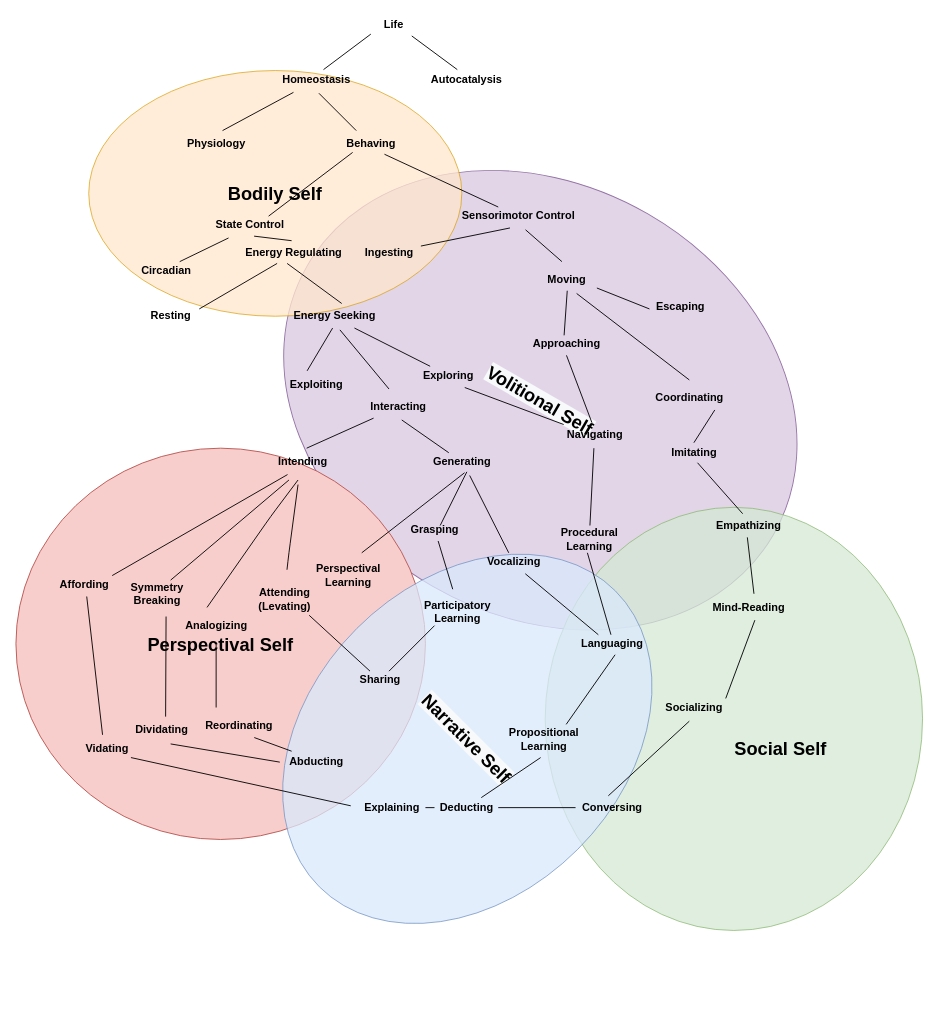
The draw.io diagram self_evolution.drawio in codeaudit/1, before the edit. Source tidied: cells renumbered, new cells numbered last; positions are measured from the earlier drawing's top-left corner, leaving out a move shared by most shapes. Both pictures are drawn from the tidied source at 91%, with x=0, y=0 at pixel (15, 15).
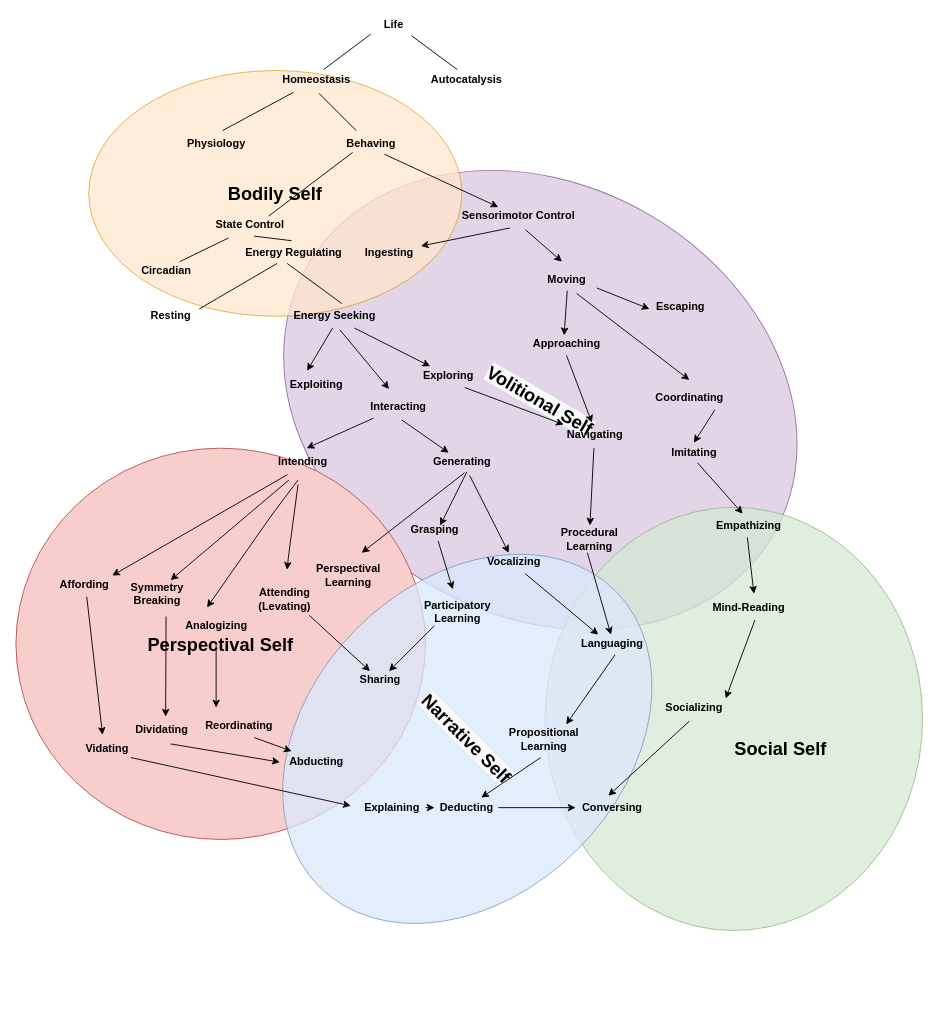
The same page after the edit.

The change refers to these unchanged cells:
```xml
<mxCell id="11" value="Behaving" style="text;html=1;align=center;verticalAlign=middle;points=[];fontStyle=1;" parent="1" vertex="1">
<mxCell id="13" value="Sensorimotor Control" style="text;html=1;align=center;verticalAlign=middle;points=[];fontStyle=1;" parent="1" vertex="1">
<mxCell id="15" value="Exploring" style="text;html=1;align=center;verticalAlign=middle;points=[];fontStyle=1;" parent="1" vertex="1">
<mxCell id="16" value="Interacting" style="text;html=1;align=center;verticalAlign=middle;points=[];fontStyle=1;" parent="1" vertex="1">
<mxCell id="20" value="Energy Seeking" style="text;html=1;align=center;verticalAlign=middle;points=[];fontStyle=1;" parent="1" vertex="1">
<mxCell id="21" value="Ingesting" style="text;html=1;align=center;verticalAlign=middle;points=[];fontStyle=1;" parent="1" vertex="1">
<mxCell id="22" value="Moving" style="text;html=1;align=center;verticalAlign=middle;points=[];fontStyle=1;" parent="1" vertex="1">
<mxCell id="23" value="Escaping" style="text;html=1;align=center;verticalAlign=middle;points=[];fontStyle=1;" parent="1" vertex="1">
<mxCell id="24" value="Approaching" style="text;html=1;align=center;verticalAlign=middle;points=[];fontStyle=1;" parent="1" vertex="1">
<mxCell id="25" value="Intending" style="text;html=1;align=center;verticalAlign=middle;points=[];fontStyle=1;" parent="1" vertex="1">
<mxCell id="26" value="Generating" style="text;html=1;align=center;verticalAlign=middle;points=[];fontStyle=1;" parent="1" vertex="1">
<mxCell id="28" value="&lt;br&gt;Attending&lt;br&gt;(Levating)" style="text;html=1;align=center;verticalAlign=middle;points=[];fontStyle=1;" parent="1" vertex="1">
<mxCell id="29" value="Affording" style="text;html=1;align=center;verticalAlign=middle;points=[];fontStyle=1;" parent="1" vertex="1">
<mxCell id="32" value="Procedural&lt;br&gt;Learning" style="text;html=1;align=center;verticalAlign=middle;points=[];fontStyle=1;" parent="1" vertex="1">
<mxCell id="33" value="Propositional&lt;br&gt;Learning" style="text;html=1;align=center;verticalAlign=middle;points=[];fontStyle=1;" parent="1" vertex="1">
<mxCell id="36" value="Sharing" style="text;html=1;align=center;verticalAlign=middle;points=[];fontStyle=1;" parent="1" vertex="1">
<mxCell id="37" value="Coordinating" style="text;html=1;align=center;verticalAlign=middle;points=[];fontStyle=1;" parent="1" vertex="1">
<mxCell id="39" value="Imitating" style="text;html=1;align=center;verticalAlign=middle;points=[];fontStyle=1;" parent="1" vertex="1">
<mxCell id="40" value="Languaging" style="text;html=1;align=center;verticalAlign=middle;points=[];fontStyle=1;" parent="1" vertex="1">
<mxCell id="41" value="Mind-Reading" style="text;html=1;align=center;verticalAlign=middle;points=[];fontStyle=1;" parent="1" vertex="1">
<mxCell id="42" value="Navigating" style="text;html=1;align=center;verticalAlign=middle;points=[];fontStyle=1;" parent="1" vertex="1">
<mxCell id="43" value="Grasping" style="text;html=1;align=center;verticalAlign=middle;points=[];fontStyle=1;" parent="1" vertex="1">
<mxCell id="44" value="&lt;b&gt;Vocalizing&lt;/b&gt;" style="text;html=1;align=center;verticalAlign=middle;points=[];" parent="1" vertex="1">
<mxCell id="45" value="&lt;b&gt;Empathizing&lt;/b&gt;" style="text;html=1;align=center;verticalAlign=middle;points=[];" parent="1" vertex="1">
<mxCell id="78" value="Conversing" style="text;html=1;align=center;verticalAlign=middle;points=[];fontStyle=1;" parent="1" vertex="1">
<mxCell id="88" value="Reordinating" style="text;html=1;align=center;verticalAlign=middle;points=[];fontStyle=1;" parent="1" vertex="1">
<mxCell id="91" value="Vidating" style="text;html=1;align=center;verticalAlign=middle;points=[];fontStyle=1;" parent="1" vertex="1">
<mxCell id="93" value="Abducting" style="text;html=1;align=center;verticalAlign=middle;points=[];fontStyle=1;" parent="1" vertex="1">
<mxCell id="94" value="Explaining" style="text;html=1;align=center;verticalAlign=middle;points=[];fontStyle=1;" parent="1" vertex="1">
<mxCell id="100" value="&lt;b&gt;Deducting&lt;br&gt;&lt;/b&gt;" style="text;html=1;align=center;verticalAlign=middle;points=[];" parent="1" vertex="1">
```

The edit, as a diff of the source:
```diff
@@
-    <mxCell id="27" style="rounded=0;jettySize=auto;html=1;endArrow=none;endFill=0;" parent="1" edge="1" source="28" target="36">
+    <mxCell id="27" style="rounded=0;jettySize=auto;html=1;endArrow=classic;endFill=1;" parent="1" edge="1" source="28" target="36">
       <mxGeometry relative="1" as="geometry" />
     </mxCell>
@@
-    <mxCell id="52" style="endArrow=none;html=1;exitX=0.714;exitY=1.1;exitDx=0;exitDy=0;exitPerimeter=0;" parent="1" edge="1" source="11">
+    <mxCell id="52" style="endArrow=classic;html=1;exitX=0.714;exitY=1.1;exitDx=0;exitDy=0;exitPerimeter=0;startArrow=none;startFill=0;endFill=1;" parent="1" edge="1" source="11">
       <mxGeometry relative="1" as="geometry">
         <mxPoint x="530" y="210" as="targetPoint" />
       </mxGeometry>
     </mxCell>
@@
-    <mxCell id="57" style="endArrow=none;html=1;entryX=0.438;entryY=1.15;entryDx=0;entryDy=0;entryPerimeter=0;" parent="1" edge="1" source="21" target="13">
+    <mxCell id="57" style="endArrow=none;html=1;entryX=0.438;entryY=1.15;entryDx=0;entryDy=0;entryPerimeter=0;startArrow=classic;startFill=1;" parent="1" edge="1" source="21" target="13">
       <mxGeometry relative="1" as="geometry" />
     </mxCell>
-    <mxCell id="58" style="endArrow=none;html=1;entryX=0.56;entryY=1.25;entryDx=0;entryDy=0;entryPerimeter=0;" parent="1" edge="1" target="13">
+    <mxCell id="58" style="endArrow=none;html=1;entryX=0.56;entryY=1.25;entryDx=0;entryDy=0;entryPerimeter=0;startArrow=classic;startFill=1;" parent="1" edge="1" target="13">
       <mxGeometry relative="1" as="geometry">
         <mxPoint x="600" y="270" as="sourcePoint" />
       </mxGeometry>
     </mxCell>
-    <mxCell id="59" style="endArrow=none;html=1;entryX=0.514;entryY=1.1;entryDx=0;entryDy=0;entryPerimeter=0;exitX=0.471;exitY=0.05;exitDx=0;exitDy=0;exitPerimeter=0;" parent="1" edge="1" source="24" target="22">
+    <mxCell id="59" style="endArrow=none;html=1;entryX=0.514;entryY=1.1;entryDx=0;entryDy=0;entryPerimeter=0;exitX=0.471;exitY=0.05;exitDx=0;exitDy=0;exitPerimeter=0;startArrow=classic;startFill=1;" parent="1" edge="1" source="24" target="22">
       <mxGeometry relative="1" as="geometry" />
     </mxCell>
-    <mxCell id="60" style="endArrow=none;html=1;entryX=0.686;entryY=1.25;entryDx=0;entryDy=0;entryPerimeter=0;" parent="1" edge="1" target="22">
+    <mxCell id="60" style="endArrow=none;html=1;entryX=0.686;entryY=1.25;entryDx=0;entryDy=0;entryPerimeter=0;endFill=0;startArrow=classic;startFill=1;" parent="1" edge="1" target="22">
       <mxGeometry relative="1" as="geometry">
         <mxPoint x="740" y="400" as="sourcePoint" />
       </mxGeometry>
     </mxCell>
-    <mxCell id="61" style="endArrow=none;html=1;exitX=1.057;exitY=0.95;exitDx=0;exitDy=0;exitPerimeter=0;entryX=0.017;entryY=0.6;entryDx=0;entryDy=0;entryPerimeter=0;" parent="1" edge="1" source="22" target="23">
+    <mxCell id="61" style="endArrow=classic;html=1;exitX=1.057;exitY=0.95;exitDx=0;exitDy=0;exitPerimeter=0;entryX=0.017;entryY=0.6;entryDx=0;entryDy=0;entryPerimeter=0;startArrow=none;startFill=0;endFill=1;" parent="1" edge="1" source="22" target="23">
       <mxGeometry relative="1" as="geometry" />
     </mxCell>
-    <mxCell id="62" style="endArrow=none;html=1;exitX=0.811;exitY=1.15;exitDx=0;exitDy=0;exitPerimeter=0;entryX=0.5;entryY=-0.05;entryDx=0;entryDy=0;entryPerimeter=0;" parent="1" edge="1" source="37" target="39">
+    <mxCell id="62" style="endArrow=classic;html=1;exitX=0.811;exitY=1.15;exitDx=0;exitDy=0;exitPerimeter=0;entryX=0.5;entryY=-0.05;entryDx=0;entryDy=0;entryPerimeter=0;startArrow=none;startFill=0;endFill=1;" parent="1" edge="1" source="37" target="39">
       <mxGeometry relative="1" as="geometry" />
     </mxCell>
-    <mxCell id="63" style="endArrow=none;html=1;exitX=0.429;exitY=-0.15;exitDx=0;exitDy=0;exitPerimeter=0;entryX=0.557;entryY=1.05;entryDx=0;entryDy=0;entryPerimeter=0;" parent="1" edge="1" source="45" target="39">
+    <mxCell id="63" style="endArrow=none;html=1;exitX=0.429;exitY=-0.15;exitDx=0;exitDy=0;exitPerimeter=0;entryX=0.557;entryY=1.05;entryDx=0;entryDy=0;entryPerimeter=0;startArrow=classic;startFill=1;" parent="1" edge="1" source="45" target="39">
       <mxGeometry relative="1" as="geometry" />
     </mxCell>
-    <mxCell id="64" style="endArrow=none;html=1;entryX=0.482;entryY=1.15;entryDx=0;entryDy=0;entryPerimeter=0;" parent="1" edge="1" target="20">
+    <mxCell id="64" style="endArrow=none;html=1;entryX=0.482;entryY=1.15;entryDx=0;entryDy=0;entryPerimeter=0;startArrow=classic;startFill=1;" parent="1" edge="1" target="20">
       <mxGeometry relative="1" as="geometry">
         <mxPoint x="320" y="390" as="sourcePoint" />
       </mxGeometry>
     </mxCell>
-    <mxCell id="65" style="endArrow=none;html=1;exitX=0.555;exitY=1.25;exitDx=0;exitDy=0;exitPerimeter=0;" parent="1" edge="1" source="20">
+    <mxCell id="65" style="endArrow=classic;html=1;exitX=0.555;exitY=1.25;exitDx=0;exitDy=0;exitPerimeter=0;startArrow=none;startFill=0;endFill=1;" parent="1" edge="1" source="20">
       <mxGeometry relative="1" as="geometry">
         <mxPoint x="410" y="410" as="targetPoint" />
       </mxGeometry>
     </mxCell>
-    <mxCell id="66" style="endArrow=none;html=1;exitX=0.7;exitY=1.15;exitDx=0;exitDy=0;exitPerimeter=0;" parent="1" edge="1" source="20" target="15">
+    <mxCell id="66" style="endArrow=classic;html=1;exitX=0.7;exitY=1.15;exitDx=0;exitDy=0;exitPerimeter=0;startArrow=none;startFill=0;endFill=1;" parent="1" edge="1" source="20" target="15">
       <mxGeometry relative="1" as="geometry" />
     </mxCell>
-    <mxCell id="67" style="endArrow=none;html=1;entryX=0.163;entryY=1.1;entryDx=0;entryDy=0;entryPerimeter=0;exitX=0.564;exitY=-0.25;exitDx=0;exitDy=0;exitPerimeter=0;" parent="1" edge="1" source="25" target="16">
+    <mxCell id="67" style="endArrow=none;html=1;entryX=0.163;entryY=1.1;entryDx=0;entryDy=0;entryPerimeter=0;exitX=0.564;exitY=-0.25;exitDx=0;exitDy=0;exitPerimeter=0;startArrow=classic;startFill=1;" parent="1" edge="1" source="25" target="16">
       <mxGeometry relative="1" as="geometry" />
     </mxCell>
-    <mxCell id="68" style="endArrow=none;html=1;entryX=0.55;entryY=1.2;entryDx=0;entryDy=0;entryPerimeter=0;" parent="1" edge="1" source="26" target="16">
+    <mxCell id="68" style="endArrow=none;html=1;entryX=0.55;entryY=1.2;entryDx=0;entryDy=0;entryPerimeter=0;startArrow=classic;startFill=1;" parent="1" edge="1" source="26" target="16">
       <mxGeometry relative="1" as="geometry" />
     </mxCell>
-    <mxCell id="69" style="endArrow=none;html=1;entryX=0.569;entryY=1.05;entryDx=0;entryDy=0;entryPerimeter=0;" parent="1" edge="1" target="26">
+    <mxCell id="69" style="endArrow=none;html=1;entryX=0.569;entryY=1.05;entryDx=0;entryDy=0;entryPerimeter=0;startArrow=classic;startFill=1;" parent="1" edge="1" target="26">
       <mxGeometry relative="1" as="geometry">
         <mxPoint x="466.2" y="560" as="sourcePoint" />
       </mxGeometry>
     </mxCell>
-    <mxCell id="70" style="endArrow=none;html=1;entryX=0.608;entryY=1.25;entryDx=0;entryDy=0;entryPerimeter=0;" parent="1" edge="1" source="44" target="26">
+    <mxCell id="70" style="endArrow=none;html=1;entryX=0.608;entryY=1.25;entryDx=0;entryDy=0;entryPerimeter=0;startArrow=classic;startFill=1;" parent="1" edge="1" source="44" target="26">
       <mxGeometry relative="1" as="geometry" />
     </mxCell>
-    <mxCell id="71" style="endArrow=none;html=1;entryX=0.5;entryY=1.15;entryDx=0;entryDy=0;entryPerimeter=0;exitX=0.461;exitY=-0.15;exitDx=0;exitDy=0;exitPerimeter=0;" parent="1" edge="1" source="42" target="24">
+    <mxCell id="71" style="endArrow=none;html=1;entryX=0.5;entryY=1.15;entryDx=0;entryDy=0;entryPerimeter=0;exitX=0.461;exitY=-0.15;exitDx=0;exitDy=0;exitPerimeter=0;endFill=0;startArrow=classic;startFill=1;" parent="1" edge="1" source="42" target="24">
       <mxGeometry relative="1" as="geometry" />
     </mxCell>
-    <mxCell id="72" style="endArrow=none;html=1;entryX=0.488;entryY=1.25;entryDx=0;entryDy=0;entryPerimeter=0;" parent="1" edge="1" source="32" target="42">
+    <mxCell id="72" style="endArrow=none;html=1;entryX=0.488;entryY=1.25;entryDx=0;entryDy=0;entryPerimeter=0;startArrow=classic;startFill=1;" parent="1" edge="1" source="32" target="42">
       <mxGeometry relative="1" as="geometry" />
     </mxCell>
-    <mxCell id="73" style="endArrow=none;html=1;entryX=0.688;entryY=1.15;entryDx=0;entryDy=0;entryPerimeter=0;" parent="1" edge="1" target="44">
+    <mxCell id="73" style="endArrow=none;html=1;entryX=0.688;entryY=1.15;entryDx=0;entryDy=0;entryPerimeter=0;startArrow=classic;startFill=1;" parent="1" edge="1" target="44">
       <mxGeometry relative="1" as="geometry">
         <mxPoint x="640" y="680" as="sourcePoint" />
         <Array as="points">
           <mxPoint x="640" y="680" />
         </Array>
       </mxGeometry>
     </mxCell>
-    <mxCell id="74" style="endArrow=none;html=1;exitX=0.486;exitY=0;exitDx=0;exitDy=0;exitPerimeter=0;" parent="1" edge="1" source="40">
+    <mxCell id="74" style="endArrow=none;html=1;exitX=0.486;exitY=0;exitDx=0;exitDy=0;exitPerimeter=0;startArrow=classic;startFill=1;" parent="1" edge="1" source="40">
       <mxGeometry relative="1" as="geometry">
         <mxPoint x="628" y="590" as="targetPoint" />
       </mxGeometry>
     </mxCell>
-    <mxCell id="75" style="endArrow=none;html=1;entryX=0.557;entryY=1.1;entryDx=0;entryDy=0;entryPerimeter=0;" parent="1" edge="1" target="43">
+    <mxCell id="75" style="endArrow=none;html=1;entryX=0.557;entryY=1.1;entryDx=0;entryDy=0;entryPerimeter=0;startArrow=classic;startFill=1;" parent="1" edge="1" target="43">
       <mxGeometry relative="1" as="geometry">
         <mxPoint x="480" y="630" as="sourcePoint" />
       </mxGeometry>
     </mxCell>
-    <mxCell id="76" style="endArrow=none;html=1;entryX=0.538;entryY=1.1;entryDx=0;entryDy=0;entryPerimeter=0;" parent="1" edge="1" target="26">
+    <mxCell id="76" style="endArrow=none;html=1;entryX=0.538;entryY=1.1;entryDx=0;entryDy=0;entryPerimeter=0;startArrow=classic;startFill=1;" parent="1" edge="1" target="26">
       <mxGeometry relative="1" as="geometry">
         <mxPoint x="380" y="590" as="sourcePoint" />
       </mxGeometry>
     </mxCell>
-    <mxCell id="77" style="endArrow=none;html=1;entryX=0.543;entryY=1.1;entryDx=0;entryDy=0;entryPerimeter=0;exitX=0.771;exitY=-0.05;exitDx=0;exitDy=0;exitPerimeter=0;" parent="1" edge="1" source="33" target="40">
+    <mxCell id="77" style="endArrow=none;html=1;entryX=0.543;entryY=1.1;entryDx=0;entryDy=0;entryPerimeter=0;exitX=0.771;exitY=-0.05;exitDx=0;exitDy=0;exitPerimeter=0;endFill=0;startArrow=classic;startFill=1;" parent="1" edge="1" source="33" target="40">
       <mxGeometry relative="1" as="geometry" />
     </mxCell>
@@
-    <mxCell id="79" style="endArrow=none;html=1;entryX=0.486;entryY=1.15;entryDx=0;entryDy=0;entryPerimeter=0;exitX=0.567;exitY=-0.25;exitDx=0;exitDy=0;exitPerimeter=0;" parent="1" edge="1" source="41" target="45">
+    <mxCell id="79" style="endArrow=none;html=1;entryX=0.486;entryY=1.15;entryDx=0;entryDy=0;entryPerimeter=0;exitX=0.567;exitY=-0.25;exitDx=0;exitDy=0;exitPerimeter=0;endFill=0;startArrow=classic;startFill=1;" parent="1" edge="1" source="41" target="45">
       <mxGeometry relative="1" as="geometry" />
     </mxCell>
-    <mxCell id="80" style="endArrow=none;html=1;entryX=0.578;entryY=1.2;entryDx=0;entryDy=0;entryPerimeter=0;" parent="1" edge="1" target="41">
+    <mxCell id="80" style="endArrow=none;html=1;entryX=0.578;entryY=1.2;entryDx=0;entryDy=0;entryPerimeter=0;endFill=0;startArrow=classic;startFill=1;" parent="1" edge="1" target="41">
       <mxGeometry relative="1" as="geometry">
         <mxPoint x="780" y="750" as="sourcePoint" />
       </mxGeometry>
     </mxCell>
-    <mxCell id="81" style="endArrow=none;html=1;exitX=0.45;exitY=-0.15;exitDx=0;exitDy=0;exitPerimeter=0;" parent="1" edge="1" source="78">
+    <mxCell id="81" style="endArrow=none;html=1;exitX=0.45;exitY=-0.15;exitDx=0;exitDy=0;exitPerimeter=0;endFill=0;startArrow=classic;startFill=1;" parent="1" edge="1" source="78">
       <mxGeometry relative="1" as="geometry">
         <mxPoint x="740" y="775" as="targetPoint" />
       </mxGeometry>
     </mxCell>
-    <mxCell id="82" style="endArrow=none;html=1;entryX=0.264;entryY=1.2;entryDx=0;entryDy=0;entryPerimeter=0;exitX=0.94;exitY=0;exitDx=0;exitDy=0;exitPerimeter=0;" parent="1" edge="1" source="29" target="25">
+    <mxCell id="82" style="endArrow=none;html=1;entryX=0.264;entryY=1.2;entryDx=0;entryDy=0;entryPerimeter=0;exitX=0.94;exitY=0;exitDx=0;exitDy=0;exitPerimeter=0;startArrow=classic;startFill=1;" parent="1" edge="1" source="29" target="25">
       <mxGeometry relative="1" as="geometry" />
     </mxCell>
-    <mxCell id="83" style="endArrow=none;html=1;" parent="1" edge="1">
+    <mxCell id="83" style="endArrow=none;html=1;startArrow=classic;startFill=1;" parent="1" edge="1">
       <mxGeometry relative="1" as="geometry">
         <mxPoint x="170" y="620" as="sourcePoint" />
         <mxPoint x="300" y="510" as="targetPoint" />
       </mxGeometry>
     </mxCell>
-    <mxCell id="84" style="endArrow=none;html=1;" parent="1" edge="1">
+    <mxCell id="84" style="endArrow=none;html=1;startArrow=classic;startFill=1;" parent="1" edge="1">
       <mxGeometry relative="1" as="geometry">
         <mxPoint x="210" y="650" as="sourcePoint" />
         <mxPoint x="310" y="510" as="targetPoint" />
         <Array as="points">
           <mxPoint x="280" y="550" />
         </Array>
       </mxGeometry>
     </mxCell>
-    <mxCell id="85" style="endArrow=none;html=1;" parent="1" edge="1" source="28">
+    <mxCell id="85" style="endArrow=none;html=1;endFill=0;startArrow=classic;startFill=1;" parent="1" edge="1" source="28">
       <mxGeometry relative="1" as="geometry">
         <mxPoint x="310" y="515" as="targetPoint" />
         <Array as="points">
           <mxPoint x="300" y="590" />
         </Array>
       </mxGeometry>
     </mxCell>
-    <mxCell id="86" style="endArrow=none;html=1;entryX=0.76;entryY=1.167;entryDx=0;entryDy=0;entryPerimeter=0;exitX=0.073;exitY=-0.05;exitDx=0;exitDy=0;exitPerimeter=0;" parent="1" edge="1" source="42" target="15">
+    <mxCell id="86" style="endArrow=none;html=1;entryX=0.76;entryY=1.167;entryDx=0;entryDy=0;entryPerimeter=0;exitX=0.073;exitY=-0.05;exitDx=0;exitDy=0;exitPerimeter=0;startArrow=classic;startFill=1;" parent="1" edge="1" source="42" target="15">
       <mxGeometry relative="1" as="geometry" />
     </mxCell>
@@
-    <mxCell id="89" style="endArrow=none;html=1;" parent="1" edge="1">
+    <mxCell id="89" style="endArrow=none;html=1;startArrow=classic;startFill=1;" parent="1" edge="1">
       <mxGeometry relative="1" as="geometry">
         <mxPoint x="164.5" y="770" as="sourcePoint" />
         <mxPoint x="165" y="660" as="targetPoint" />
       </mxGeometry>
     </mxCell>
-    <mxCell id="90" style="endArrow=none;html=1;" parent="1" edge="1">
+    <mxCell id="90" style="endArrow=none;html=1;startArrow=classic;startFill=1;" parent="1" edge="1">
       <mxGeometry relative="1" as="geometry">
         <mxPoint x="220" y="760" as="sourcePoint" />
         <mxPoint x="220" y="690" as="targetPoint" />
       </mxGeometry>
     </mxCell>
@@
-    <mxCell id="92" style="endArrow=none;html=1;entryX=0.54;entryY=1.15;entryDx=0;entryDy=0;entryPerimeter=0;exitX=0.42;exitY=-0.25;exitDx=0;exitDy=0;exitPerimeter=0;" parent="1" edge="1" source="91" target="29">
+    <mxCell id="92" style="endArrow=none;html=1;entryX=0.54;entryY=1.15;entryDx=0;entryDy=0;entryPerimeter=0;exitX=0.42;exitY=-0.25;exitDx=0;exitDy=0;exitPerimeter=0;endFill=0;startArrow=classic;startFill=1;" parent="1" edge="1" source="91" target="29">
       <mxGeometry relative="1" as="geometry" />
     </mxCell>
@@
-    <mxCell id="95" style="endArrow=none;html=1;entryX=0.688;entryY=1.15;entryDx=0;entryDy=0;entryPerimeter=0;exitX=0.114;exitY=-0.1;exitDx=0;exitDy=0;exitPerimeter=0;" parent="1" edge="1" source="93" target="88">
+    <mxCell id="95" style="endArrow=none;html=1;entryX=0.688;entryY=1.15;entryDx=0;entryDy=0;entryPerimeter=0;exitX=0.114;exitY=-0.1;exitDx=0;exitDy=0;exitPerimeter=0;endFill=0;startArrow=classic;startFill=1;" parent="1" edge="1" source="93" target="88">
       <mxGeometry relative="1" as="geometry" />
     </mxCell>
-    <mxCell id="96" style="endArrow=none;html=1;entryX=0.459;entryY=1.167;entryDx=0;entryDy=0;entryPerimeter=0;exitX=0.734;exitY=-0.05;exitDx=0;exitDy=0;exitPerimeter=0;" parent="1" edge="1" source="100" target="33">
+    <mxCell id="96" style="endArrow=none;html=1;entryX=0.459;entryY=1.167;entryDx=0;entryDy=0;entryPerimeter=0;exitX=0.734;exitY=-0.05;exitDx=0;exitDy=0;exitPerimeter=0;endFill=0;startArrow=classic;startFill=1;" parent="1" edge="1" source="100" target="33">
       <mxGeometry relative="1" as="geometry" />
     </mxCell>
-    <mxCell id="97" style="endArrow=none;html=1;" parent="1" edge="1">
+    <mxCell id="97" style="endArrow=classic;html=1;endFill=1;" parent="1" edge="1">
       <mxGeometry relative="1" as="geometry">
         <mxPoint x="170" y="800" as="sourcePoint" />
         <mxPoint x="290" y="820" as="targetPoint" />
       </mxGeometry>
     </mxCell>
-    <mxCell id="98" style="endArrow=none;html=1;entryX=-0.067;entryY=0.4;entryDx=0;entryDy=0;entryPerimeter=0;exitX=0.94;exitY=1;exitDx=0;exitDy=0;exitPerimeter=0;" parent="1" edge="1" source="91" target="94">
+    <mxCell id="98" style="endArrow=classic;html=1;entryX=-0.067;entryY=0.4;entryDx=0;entryDy=0;entryPerimeter=0;exitX=0.94;exitY=1;exitDx=0;exitDy=0;exitPerimeter=0;endFill=1;" parent="1" edge="1" source="91" target="94">
       <mxGeometry relative="1" as="geometry" />
     </mxCell>
-    <mxCell id="99" style="endArrow=none;html=1;" parent="1" edge="1" source="100" target="78">
+    <mxCell id="99" style="endArrow=classic;html=1;endFill=1;" parent="1" edge="1" source="100" target="78">
       <mxGeometry relative="1" as="geometry" />
     </mxCell>
@@
-    <mxCell id="101" style="endArrow=none;html=1;" parent="1" edge="1" target="100">
+    <mxCell id="101" style="endArrow=classic;html=1;endFill=1;" parent="1" edge="1" target="100">
       <mxGeometry relative="1" as="geometry">
         <mxPoint x="450" y="870" as="sourcePoint" />
       </mxGeometry>
     </mxCell>
-    <mxCell id="102" style="endArrow=none;html=1;" parent="1" edge="1">
+    <mxCell id="102" style="endArrow=none;html=1;endFill=0;startArrow=classic;startFill=1;" parent="1" edge="1">
       <mxGeometry relative="1" as="geometry">
         <mxPoint x="410" y="720" as="sourcePoint" />
         <mxPoint x="460" y="670" as="targetPoint" />
       </mxGeometry>
     </mxCell>
```
